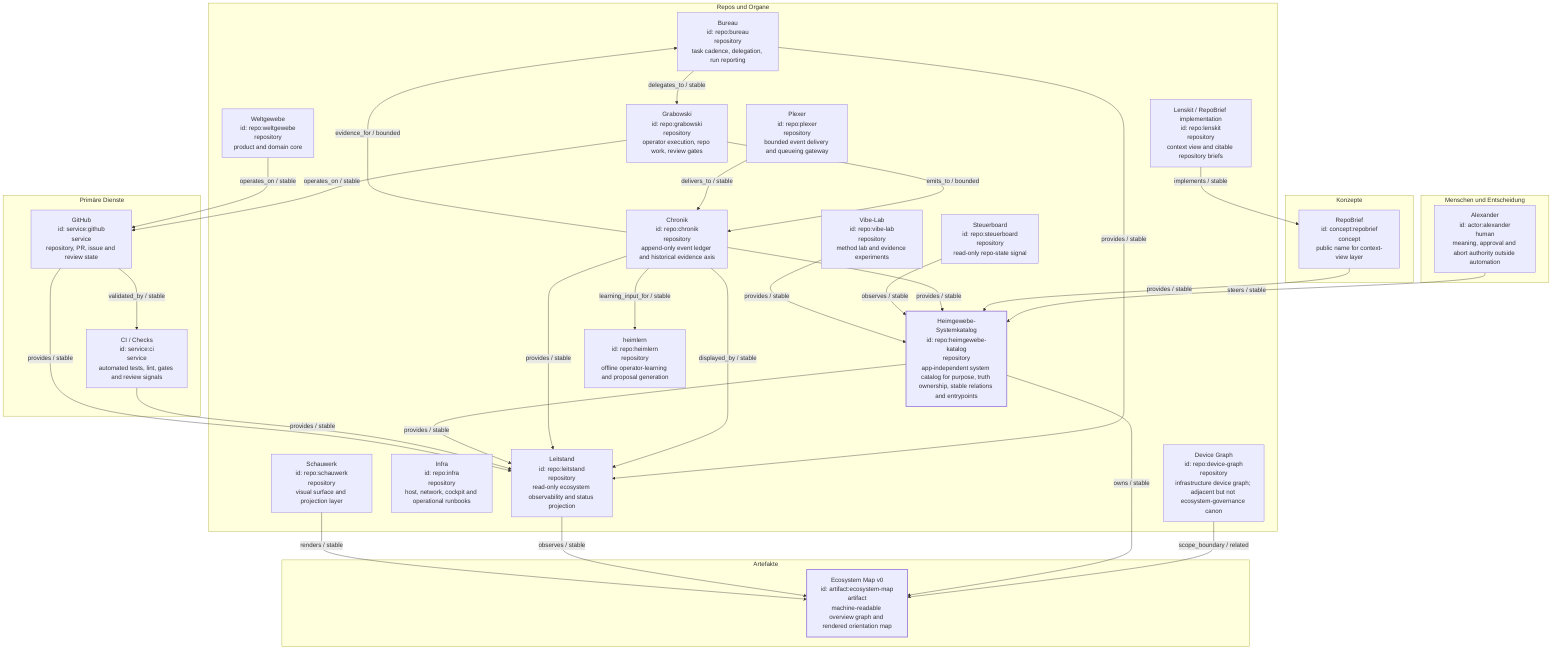
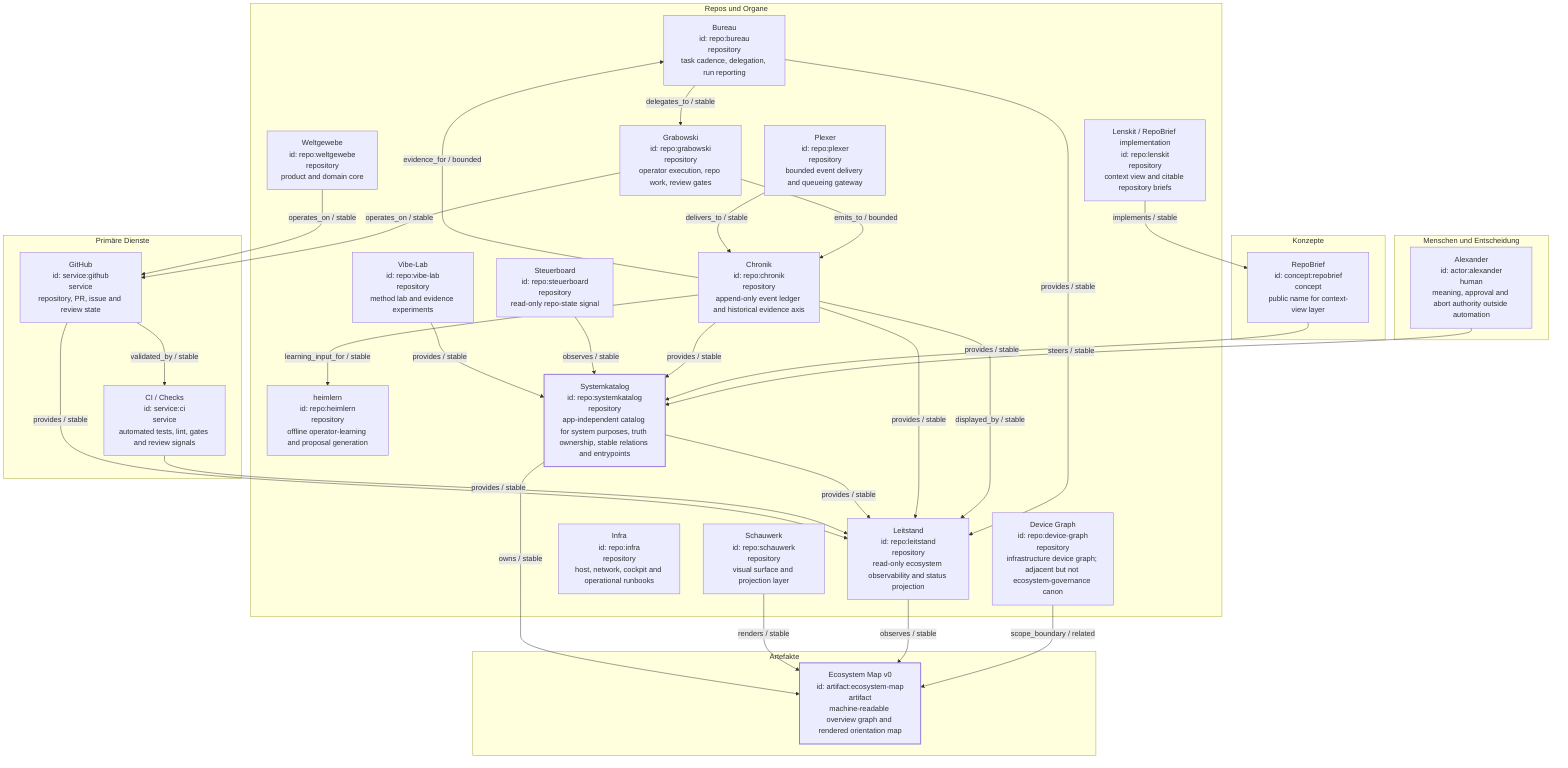
flowchart TD
    %% GENERATED FILE. Do not edit manually.
    %% GENERATED: scripts/render_ecosystem_registry_map.py
    %% Run: python3 scripts/render_ecosystem_registry_map.py
    %% Source: registry/ecosystem/nodes.json + registry/ecosystem/edges.json
    %% Boundary: this projection does not establish claim truth, runtime correctness or merge readiness.

    subgraph kind_human[Menschen und Entscheidung]
        actor_alexander["Alexander<br/>id: actor:alexander<br/>human<br/>meaning, approval and abort authority outside automation"]
    end

    subgraph kind_repository[Repos und Organe]
        repo_bureau["Bureau<br/>id: repo:bureau<br/>repository<br/>task cadence, delegation, run reporting"]
        repo_chronik["Chronik<br/>id: repo:chronik<br/>repository<br/>append-only event ledger and historical evidence axis"]
        repo_device_graph["Device Graph<br/>id: repo:device-graph<br/>repository<br/>infrastructure device graph; adjacent but not ecosystem-governance canon"]
        repo_grabowski["Grabowski<br/>id: repo:grabowski<br/>repository<br/>operator execution, repo work, review gates"]
-         repo_heimgewebe_katalog["Heimgewebe-Systemkatalog<br/>id: repo:heimgewebe-katalog<br/>repository<br/>app-independent system catalog for purpose, truth ownership, stable relations and entrypoints"]
        repo_heimlern["heimlern<br/>id: repo:heimlern<br/>repository<br/>offline operator-learning and proposal generation"]
        repo_infra["Infra<br/>id: repo:infra<br/>repository<br/>host, network, cockpit and operational runbooks"]
        repo_leitstand["Leitstand<br/>id: repo:leitstand<br/>repository<br/>read-only ecosystem observability and status projection"]
        repo_lenskit["Lenskit / RepoBrief implementation<br/>id: repo:lenskit<br/>repository<br/>context view and citable repository briefs"]
        repo_plexer["Plexer<br/>id: repo:plexer<br/>repository<br/>bounded event delivery and queueing gateway"]
        repo_schauwerk["Schauwerk<br/>id: repo:schauwerk<br/>repository<br/>visual surface and projection layer"]
        repo_steuerboard["Steuerboard<br/>id: repo:steuerboard<br/>repository<br/>read-only repo-state signal"]
+         repo_systemkatalog["Systemkatalog<br/>id: repo:systemkatalog<br/>repository<br/>app-independent catalog for system purposes, truth ownership, stable relations and entrypoints"]
        repo_vibe_lab["Vibe-Lab<br/>id: repo:vibe-lab<br/>repository<br/>method lab and evidence experiments"]
        repo_weltgewebe["Weltgewebe<br/>id: repo:weltgewebe<br/>repository<br/>product and domain core"]
    end

    subgraph kind_concept[Konzepte]
        concept_repobrief["RepoBrief<br/>id: concept:repobrief<br/>concept<br/>public name for context-view layer"]
    end

    subgraph kind_artifact[Artefakte]
        artifact_ecosystem_map["Ecosystem Map v0<br/>id: artifact:ecosystem-map<br/>artifact<br/>machine-readable overview graph and rendered orientation map"]
    end

    subgraph kind_service[Primäre Dienste]
        service_ci["CI / Checks<br/>id: service:ci<br/>service<br/>automated tests, lint, gates and review signals"]
        service_github["GitHub<br/>id: service:github<br/>service<br/>repository, PR, issue and review state"]
    end

-     actor_alexander -->|steers / stable| repo_heimgewebe_katalog
-     concept_repobrief -->|provides / stable| repo_heimgewebe_katalog
+     actor_alexander -->|steers / stable| repo_systemkatalog
+     concept_repobrief -->|provides / stable| repo_systemkatalog
    repo_bureau -->|delegates_to / stable| repo_grabowski
    repo_bureau -->|provides / stable| repo_leitstand
    repo_chronik -->|evidence_for / bounded| repo_bureau
-     repo_chronik -->|provides / stable| repo_heimgewebe_katalog
    repo_chronik -->|learning_input_for / stable| repo_heimlern
    repo_chronik -->|displayed_by / stable| repo_leitstand
    repo_chronik -->|provides / stable| repo_leitstand
+     repo_chronik -->|provides / stable| repo_systemkatalog
    repo_device_graph -->|scope_boundary / related| artifact_ecosystem_map
    repo_grabowski -->|emits_to / bounded| repo_chronik
    repo_grabowski -->|operates_on / stable| service_github
-     repo_heimgewebe_katalog -->|owns / stable| artifact_ecosystem_map
-     repo_heimgewebe_katalog -->|provides / stable| repo_leitstand
    repo_leitstand -->|observes / stable| artifact_ecosystem_map
    repo_lenskit -->|implements / stable| concept_repobrief
    repo_plexer -->|delivers_to / stable| repo_chronik
    repo_schauwerk -->|renders / stable| artifact_ecosystem_map
-     repo_steuerboard -->|observes / stable| repo_heimgewebe_katalog
-     repo_vibe_lab -->|provides / stable| repo_heimgewebe_katalog
+     repo_steuerboard -->|observes / stable| repo_systemkatalog
+     repo_systemkatalog -->|owns / stable| artifact_ecosystem_map
+     repo_systemkatalog -->|provides / stable| repo_leitstand
+     repo_vibe_lab -->|provides / stable| repo_systemkatalog
    repo_weltgewebe -->|operates_on / stable| service_github
    service_ci -->|provides / stable| repo_leitstand
    service_github -->|provides / stable| repo_leitstand
    service_github -->|validated_by / stable| service_ci

    %% Visual anchor only; does not establish canonical truth.
    classDef mapAnchor stroke-width:2px;
-     class repo_heimgewebe_katalog,artifact_ecosystem_map mapAnchor;
+     class repo_systemkatalog,artifact_ecosystem_map mapAnchor;
